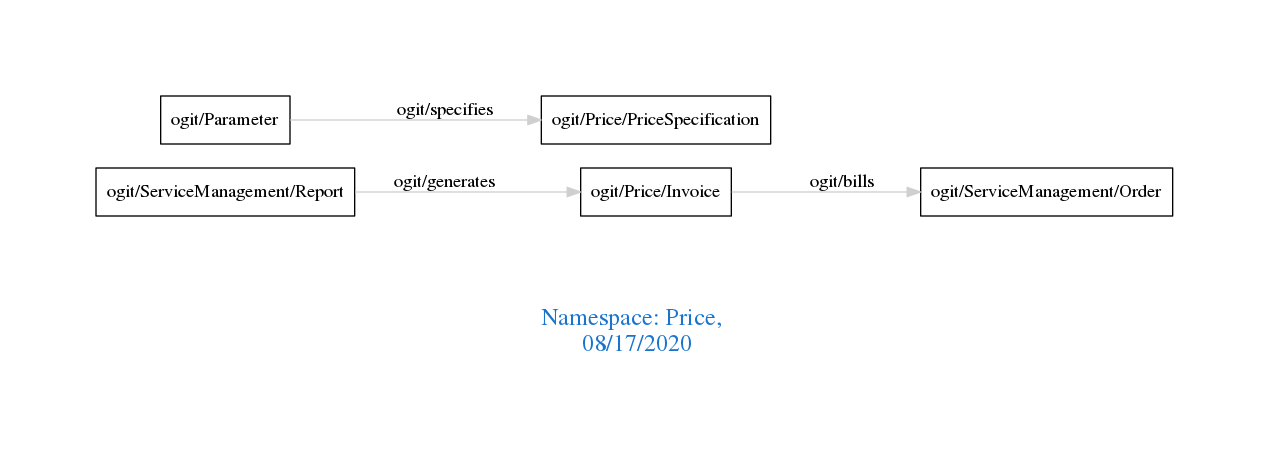
This is downloads/Price.png from arago/OGIT, a Graphviz export, as it was before one commit. Its source is kept beside it as downloads/Price.dot.
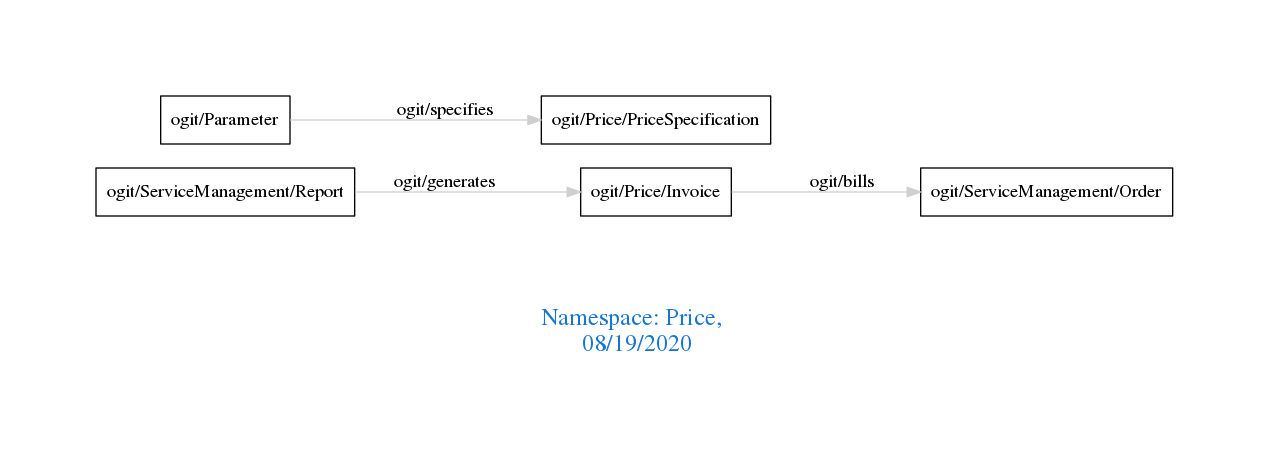
After the change.

Change to the diagram source:
```diff
@@ -1,7 +1,7 @@
 digraph OGIT_ontology {
  graph [ rankdir= LR,pad=1
 fontsize = 18,
-fontcolor= dodgerblue3,label = "\n\n\nNamespace: Price, \n 08/17/2020"];
+fontcolor= dodgerblue3,label = "\n\n\nNamespace: Price, \n 08/19/2020"];
 node[shape=polygon];
 edge [  color="gray81"];
 
```
